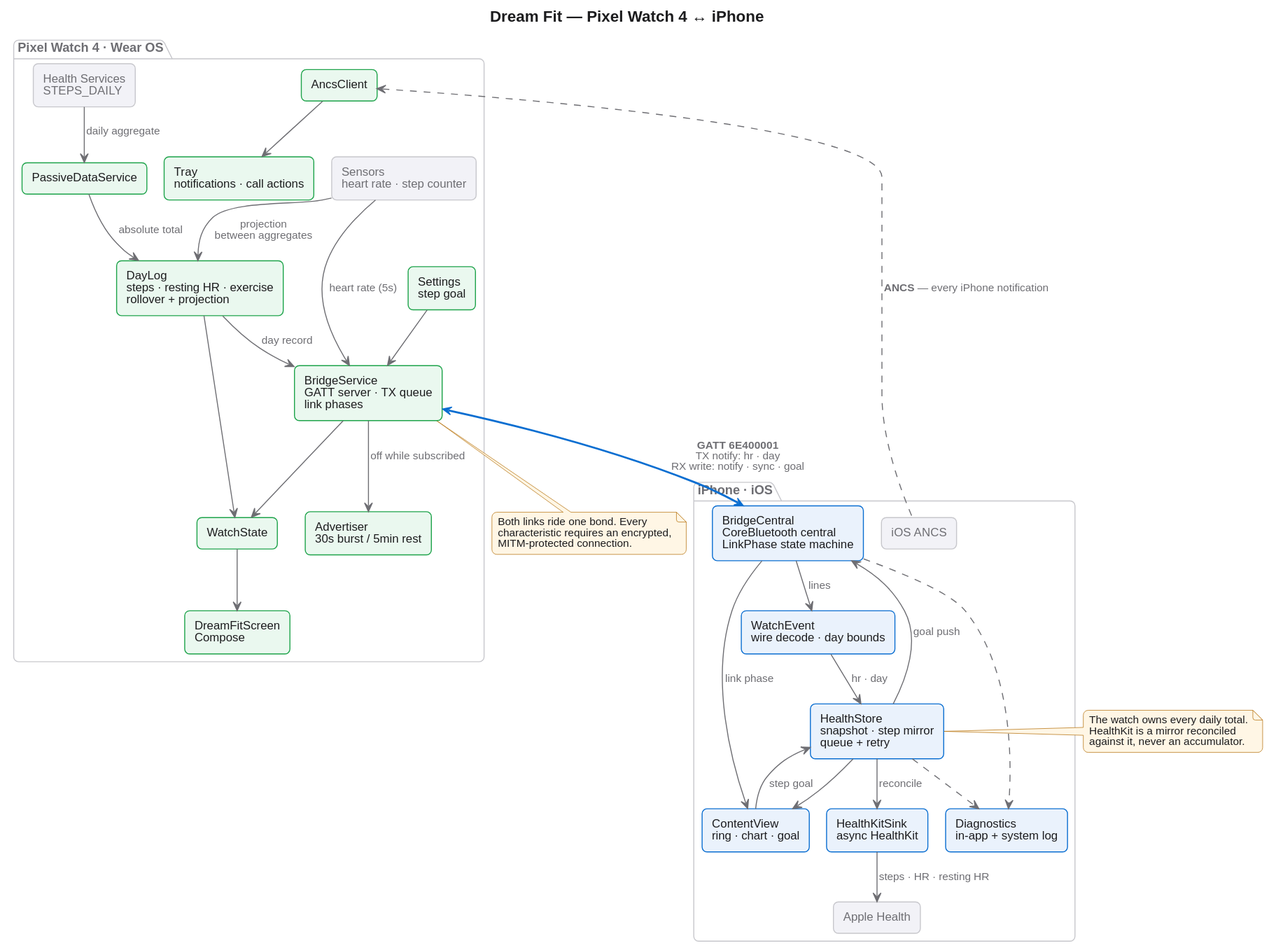
Earlier version of the PlantUML export docs/architecture.svg (drmhse/dream-fit). Source of this version:
```plantuml
@startuml
!pragma layout smetana
!include style.puml
hide stereotype
title Dream Fit — Pixel Watch 4 ↔ iPhone

package "Pixel Watch 4 · Wear OS" as WATCHBOX {
  component "Health Services\nSTEPS_DAILY" as HS <<ext>>
  component "Sensors\nheart rate · step counter" as SENSORS <<ext>>
  component "PassiveDataService" as PASSIVE <<watch>>
  component "DayLog\nsteps · resting HR · exercise\nrollover + projection" as DAYLOG <<watch>>
  component "Settings\nstep goal" as WSET <<watch>>
  component "BridgeService\nGATT server · TX queue\nlink phases" as SVC <<watch>>
  component "Advertiser\n30s burst / 5min rest" as ADV <<watch>>
  component "AncsClient" as ANCS <<watch>>
  component "Tray\nnotifications · call actions" as TRAY <<watch>>
  component "WatchState" as WSTATE <<watch>>
  component "DreamFitScreen\nCompose" as WUI <<watch>>

  HS --> PASSIVE : daily aggregate
  PASSIVE --> DAYLOG : absolute total
  SENSORS --> DAYLOG : projection\nbetween aggregates
  SENSORS --> SVC : heart rate (5s)
  DAYLOG --> SVC : day record
  WSET --> SVC
  SVC --> ADV : off while subscribed
  SVC --> WSTATE
  DAYLOG --> WSTATE
  WSTATE --> WUI
  ANCS --> TRAY
}

package "iPhone · iOS" as PHONEBOX {
  component "iOS ANCS" as IOSANCS <<ext>>
  component "BridgeCentral\nCoreBluetooth central\nLinkPhase state machine" as BC <<phone>>
  component "WatchEvent\nwire decode · day bounds" as EVENT <<phone>>
  component "HealthStore\nsnapshot · step mirror\nqueue + retry" as STORE <<phone>>
  component "HealthKitSink\nasync HealthKit" as SINK <<phone>>
  component "ContentView\nring · chart · goal" as UI <<phone>>
  component "Diagnostics\nin-app + system log" as DIAG <<phone>>
  component "Apple Health" as HK <<ext>>

  BC --> EVENT : lines
  EVENT --> STORE : hr · day
  STORE --> SINK : reconcile
  SINK --> HK : steps · HR · resting HR
  STORE --> UI
  BC --> UI : link phase
  UI --> STORE : step goal
  STORE --> BC : goal push
  BC ..> DIAG
  STORE ..> DIAG
}

SVC <-[#0A6ED1,thickness=2]-> BC : **GATT 6E400001**\nTX notify: hr · day\nRX write: notify · sync · goal
ANCS <-[#6E6E73,dashed]- IOSANCS : **ANCS** — every iPhone notification

note bottom of SVC
  Both links ride one bond. Every
  characteristic requires an encrypted,
  MITM-protected connection.
end note

note right of STORE
  The watch owns every daily total.
  HealthKit is a mirror reconciled
  against it, never an accumulator.
end note
@enduml
```
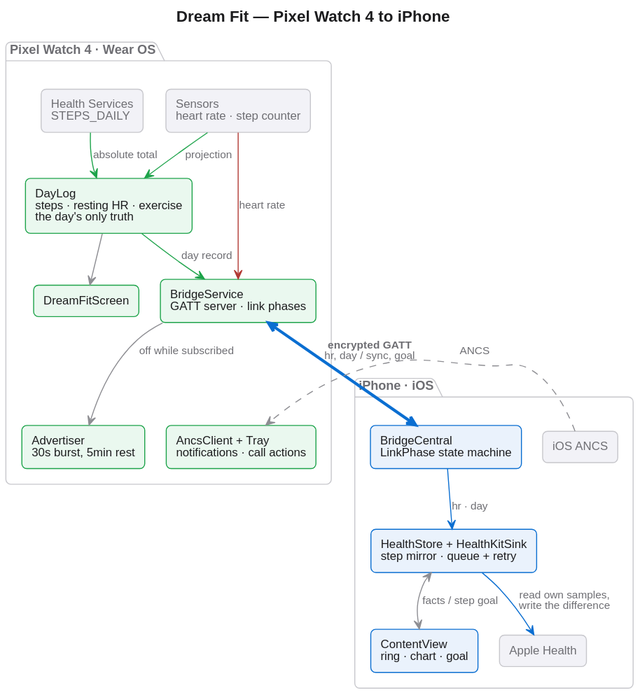
After the change.

Commit message:
Redraw the diagrams around fewer nodes and real layout

Diff of the diagram source:
```diff
@@ -1,69 +1,41 @@
 @startuml
-!pragma layout smetana
 !include style.puml
 hide stereotype
-title Dream Fit — Pixel Watch 4 ↔ iPhone
+title Dream Fit — Pixel Watch 4 to iPhone
 
-package "Pixel Watch 4 · Wear OS" as WATCHBOX {
+skinparam nodesep 22
+skinparam ranksep 34
+
+package "Pixel Watch 4 · Wear OS" as W {
   component "Health Services\nSTEPS_DAILY" as HS <<ext>>
-  component "Sensors\nheart rate · step counter" as SENSORS <<ext>>
-  component "PassiveDataService" as PASSIVE <<watch>>
-  component "DayLog\nsteps · resting HR · exercise\nrollover + projection" as DAYLOG <<watch>>
-  component "Settings\nstep goal" as WSET <<watch>>
-  component "BridgeService\nGATT server · TX queue\nlink phases" as SVC <<watch>>
-  component "Advertiser\n30s burst / 5min rest" as ADV <<watch>>
-  component "AncsClient" as ANCS <<watch>>
-  component "Tray\nnotifications · call actions" as TRAY <<watch>>
-  component "WatchState" as WSTATE <<watch>>
-  component "DreamFitScreen\nCompose" as WUI <<watch>>
+  component "Sensors\nheart rate · step counter" as SENS <<ext>>
+  component "DayLog\nsteps · resting HR · exercise\nthe day's only truth" as DAYLOG <<watch>>
+  component "BridgeService\nGATT server · link phases" as SVC <<watch>>
+  component "Advertiser\n30s burst, 5min rest" as ADV <<watch>>
+  component "AncsClient + Tray\nnotifications · call actions" as TRAY <<watch>>
+  component "DreamFitScreen" as WUI <<watch>>
 
-  HS --> PASSIVE : daily aggregate
-  PASSIVE --> DAYLOG : absolute total
-  SENSORS --> DAYLOG : projection\nbetween aggregates
-  SENSORS --> SVC : heart rate (5s)
-  DAYLOG --> SVC : day record
-  WSET --> SVC
-  SVC --> ADV : off while subscribed
-  SVC --> WSTATE
-  DAYLOG --> WSTATE
-  WSTATE --> WUI
-  ANCS --> TRAY
+  HS -[#1DA34A]-> DAYLOG : absolute total
+  SENS -[#1DA34A]-> DAYLOG : projection
+  SENS -[#B23A34]-> SVC : heart rate
+  DAYLOG -[#1DA34A]-> SVC : day record
+  DAYLOG -[#8E8E93]-> WUI
+  SVC -[#8E8E93]-> ADV : off while subscribed
+  SVC -[hidden]-> TRAY
 }
 
-package "iPhone · iOS" as PHONEBOX {
+package "iPhone · iOS" as P {
+  component "BridgeCentral\nLinkPhase state machine" as BC <<phone>>
+  component "HealthStore + HealthKitSink\nstep mirror · queue + retry" as STORE <<phone>>
+  component "ContentView\nring · chart · goal" as UI <<phone>>
+  component "Apple Health" as HK <<ext>>
   component "iOS ANCS" as IOSANCS <<ext>>
-  component "BridgeCentral\nCoreBluetooth central\nLinkPhase state machine" as BC <<phone>>
-  component "WatchEvent\nwire decode · day bounds" as EVENT <<phone>>
-  component "HealthStore\nsnapshot · step mirror\nqueue + retry" as STORE <<phone>>
-  component "HealthKitSink\nasync HealthKit" as SINK <<phone>>
-  component "ContentView\nring · chart · goal" as UI <<phone>>
-  component "Diagnostics\nin-app + system log" as DIAG <<phone>>
-  component "Apple Health" as HK <<ext>>
 
-  BC --> EVENT : lines
-  EVENT --> STORE : hr · day
-  STORE --> SINK : reconcile
-  SINK --> HK : steps · HR · resting HR
-  STORE --> UI
-  BC --> UI : link phase
-  UI --> STORE : step goal
-  STORE --> BC : goal push
-  BC ..> DIAG
-  STORE ..> DIAG
+  BC -[#0A6ED1]-> STORE : hr · day
+  STORE -[#0A6ED1]-> HK : read own samples,\nwrite the difference
+  STORE <-[#8E8E93]-> UI : facts / step goal
 }
 
-SVC <-[#0A6ED1,thickness=2]-> BC : **GATT 6E400001**\nTX notify: hr · day\nRX write: notify · sync · goal
-ANCS <-[#6E6E73,dashed]- IOSANCS : **ANCS** — every iPhone notification
-
-note bottom of SVC
-  Both links ride one bond. Every
-  characteristic requires an encrypted,
-  MITM-protected connection.
-end note
-
-note right of STORE
-  The watch owns every daily total.
-  HealthKit is a mirror reconciled
-  against it, never an accumulator.
-end note
+SVC <-[#0A6ED1,thickness=3]-> BC : **encrypted GATT**\nhr, day / sync, goal
+IOSANCS -[#8E8E93,dashed]-> TRAY : ANCS
 @enduml
```
